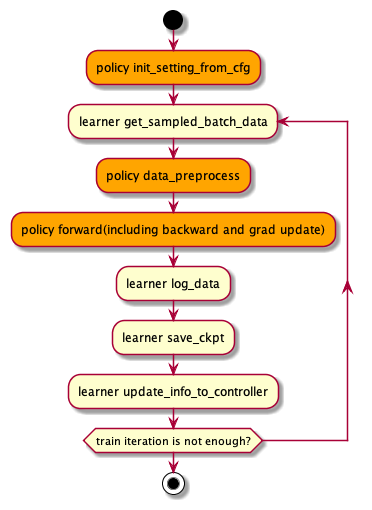
Earlier version of the PlantUML export nervex/design/serial_learner.png (opendilab/DI-engine).
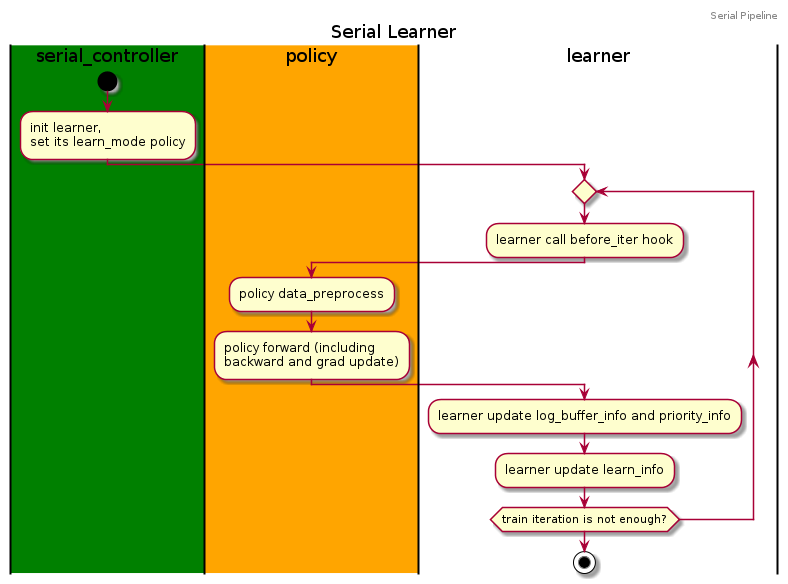
After the commit.

Commit message:
modify serial design uml

Change to the diagram source:
```diff
@@ -1,13 +1,23 @@
 @startuml
+header Serial Pipeline
+title Serial Learner
+
+|#green|serial_controller|
+|#orange|policy|
+|learner|
+
+|#green|serial_controller|
 start
-#orange:policy init_setting_from_cfg;
-repeat :learner get_sampled_batch_data
-  #orange:policy data_preprocess;
-  #orange:policy forward(including backward and grad update);
-  :learner log_data;
-  :learner save_ckpt;
-  :learner update_info_to_controller;
-
+:init learner, \nset its learn_mode policy;
+repeat
+  |learner|
+  :learner call before_iter hook;
+  |#orange|policy|
+  :policy data_preprocess;
+  :policy forward (including \nbackward and grad update);
+  |learner|
+  :learner update log_buffer_info and priority_info;
+  :learner update learn_info;
 repeat while (train iteration is not enough?)
 stop
 @enduml
```
